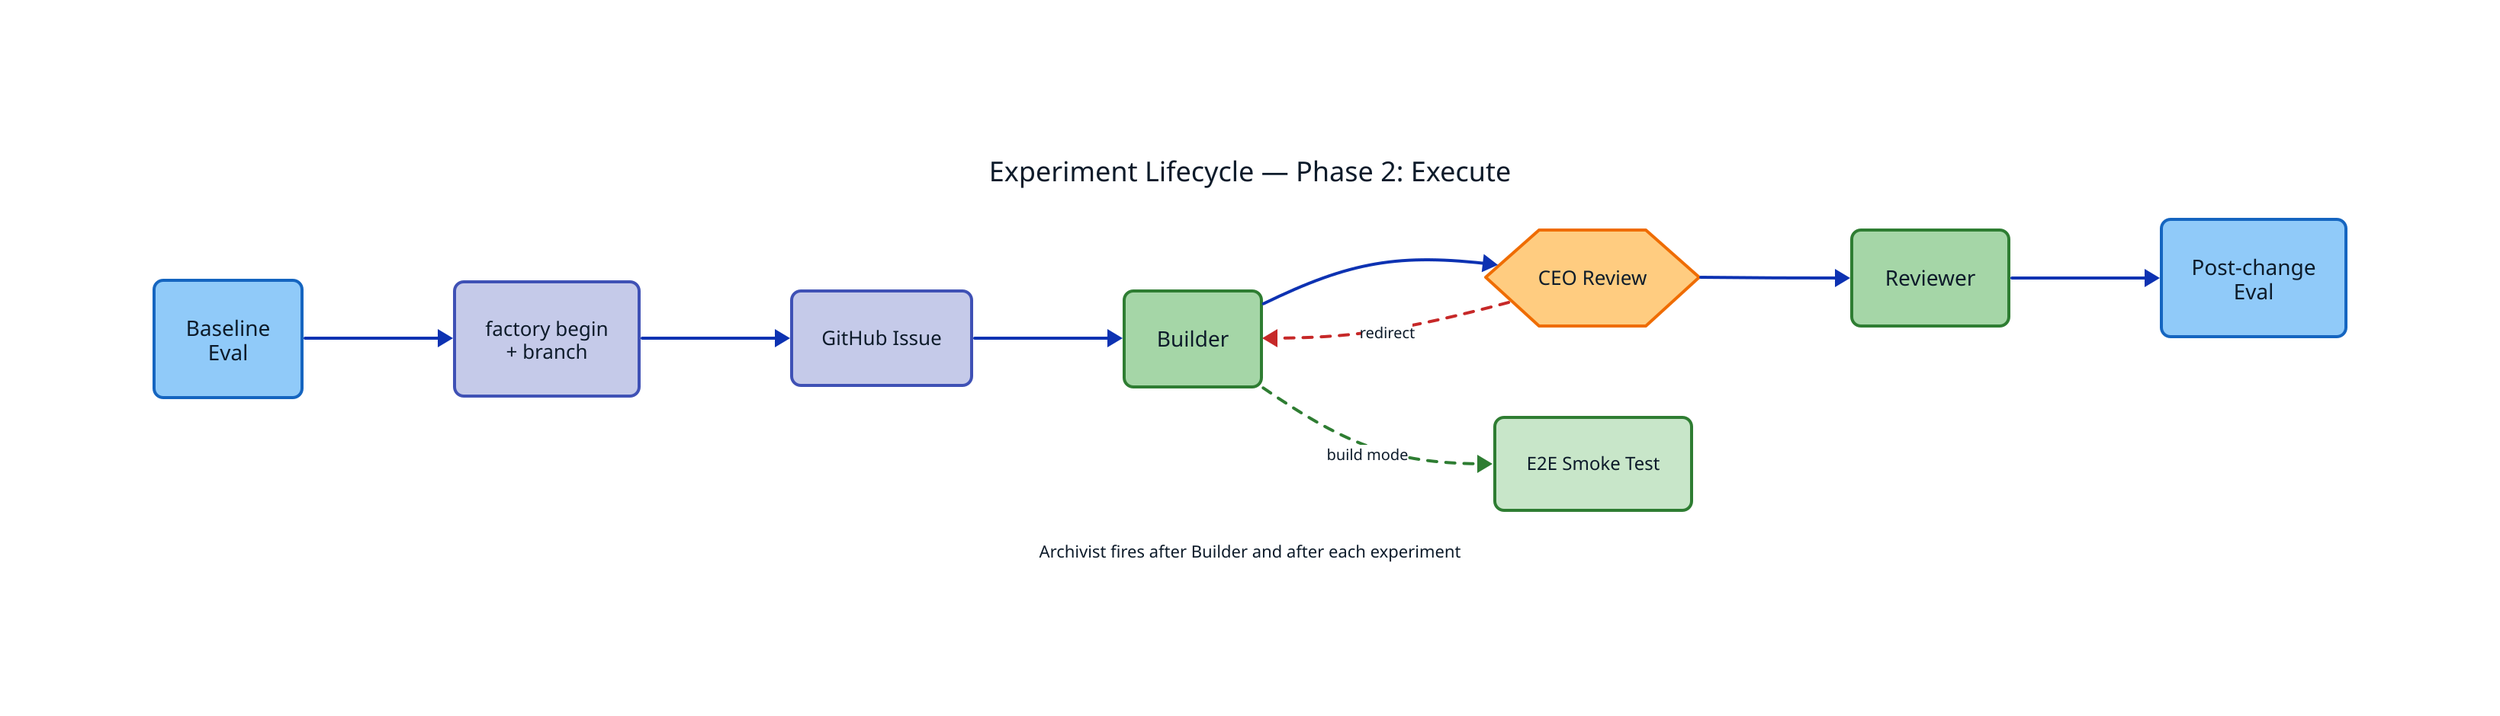
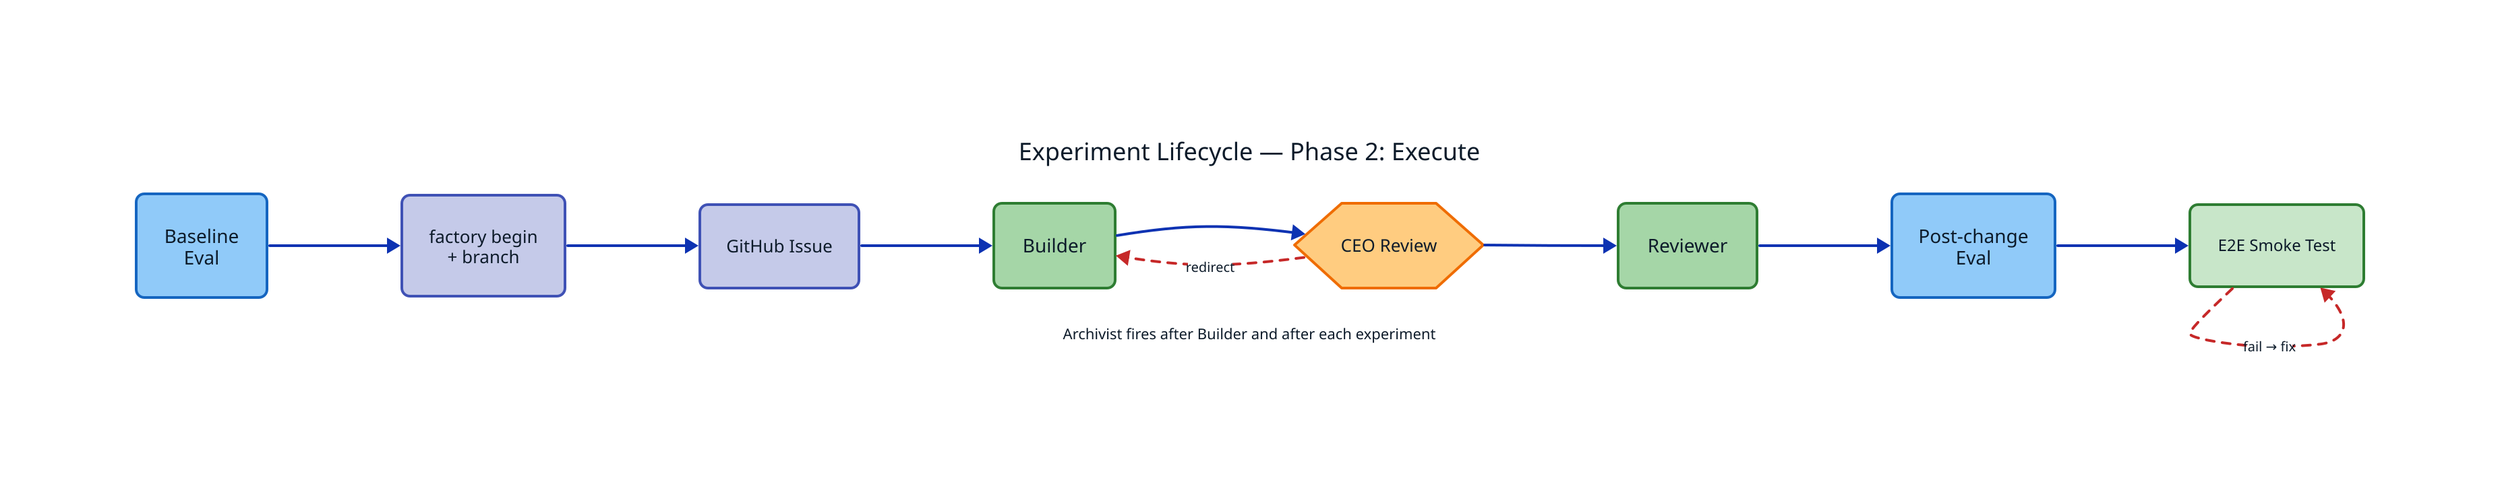
direction: right

vars: {
  d2-config: {
    layout-engine: elk
  }
}

title: {
  label: "Experiment Lifecycle — Phase 2: Execute"
  near: top-center
  shape: text
  style: { font-size: 18; bold: true; font-color: "#0D1B2A" }
}

baseline: {
  label: "Baseline\nEval"
  style: { fill: "#90CAF9"; stroke: "#1565C0"; font-color: "#0D1B2A"; font-size: 14; border-radius: 6 }
}

begin: {
  label: "factory begin\n+ branch"
  style: { fill: "#C5CAE9"; stroke: "#3F51B5"; font-color: "#0D1B2A"; font-size: 13; border-radius: 6 }
}

issue: {
  label: "GitHub Issue"
  style: { fill: "#C5CAE9"; stroke: "#3F51B5"; font-color: "#0D1B2A"; font-size: 13; border-radius: 6 }
}

builder: {
  label: Builder
  style: { fill: "#A5D6A7"; stroke: "#2E7D32"; font-color: "#0D1B2A"; font-size: 14; bold: true; border-radius: 6 }
}

ceo_b: {
  label: "CEO Review"
  shape: hexagon
  style: { fill: "#FFCC80"; stroke: "#EF6C00"; font-color: "#0D1B2A"; font-size: 13 }
}

reviewer: {
  label: Reviewer
  style: { fill: "#A5D6A7"; stroke: "#2E7D32"; font-color: "#0D1B2A"; font-size: 14; border-radius: 6 }
}

post_eval: {
  label: "Post-change\nEval"
  style: { fill: "#90CAF9"; stroke: "#1565C0"; font-color: "#0D1B2A"; font-size: 14; border-radius: 6 }
}

e2e: {
  label: "E2E Smoke Test"
  style: { fill: "#C8E6C9"; stroke: "#2E7D32"; font-color: "#0D1B2A"; font-size: 12; border-radius: 6; italic: true }
}

- baseline -> begin -> issue -> builder -> ceo_b -> reviewer -> post_eval
+ baseline -> begin -> issue -> builder -> ceo_b -> reviewer -> post_eval -> e2e

- builder -> e2e: "build mode" {
-   style: { stroke: "#2E7D32"; stroke-dash: 3; font-size: 10; font-color: "#0D1B2A" }
+ e2e -> e2e: "fail → fix" {
+   style: { stroke: "#C62828"; stroke-dash: 3; font-size: 10; font-color: "#0D1B2A" }
}

ceo_b -> builder: "redirect" {
  style: { stroke: "#C62828"; stroke-dash: 3; font-size: 10; font-color: "#0D1B2A" }
}

archivist_note: {
  label: "Archivist fires after Builder and after each experiment"
  near: bottom-center
  shape: text
  style: { font-size: 11; italic: true; font-color: "#0D1B2A" }
}
